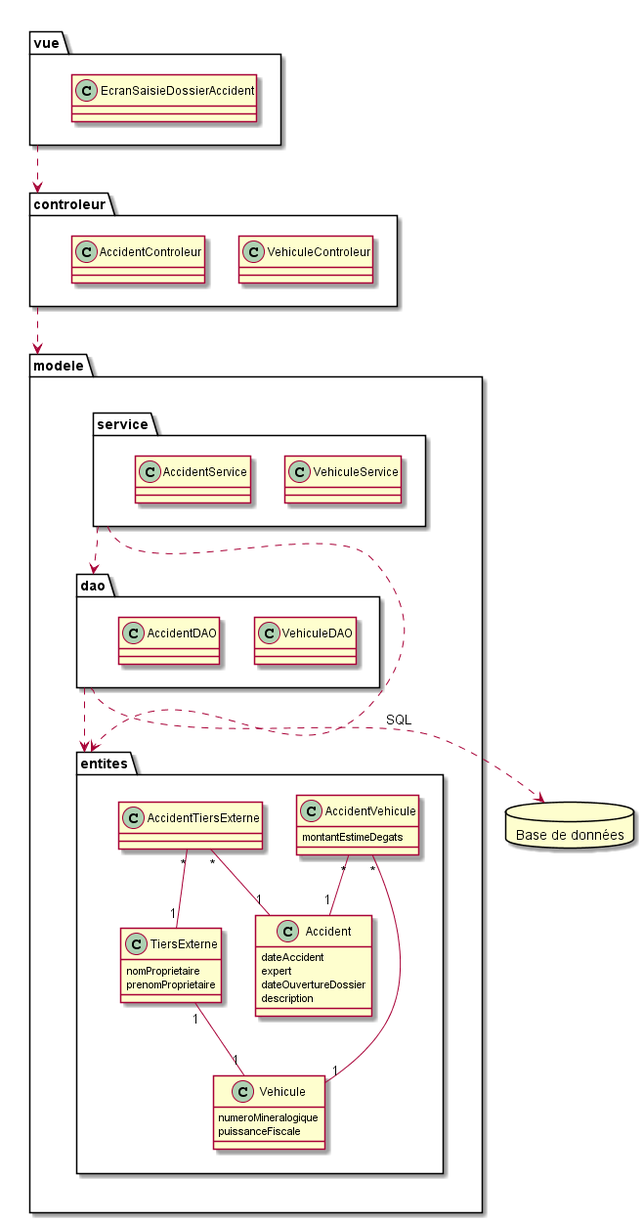
Above: corrections/images/td7ClassesMVC.png in tgoubin/coo-2021-corrections (PlantUML), before the change.
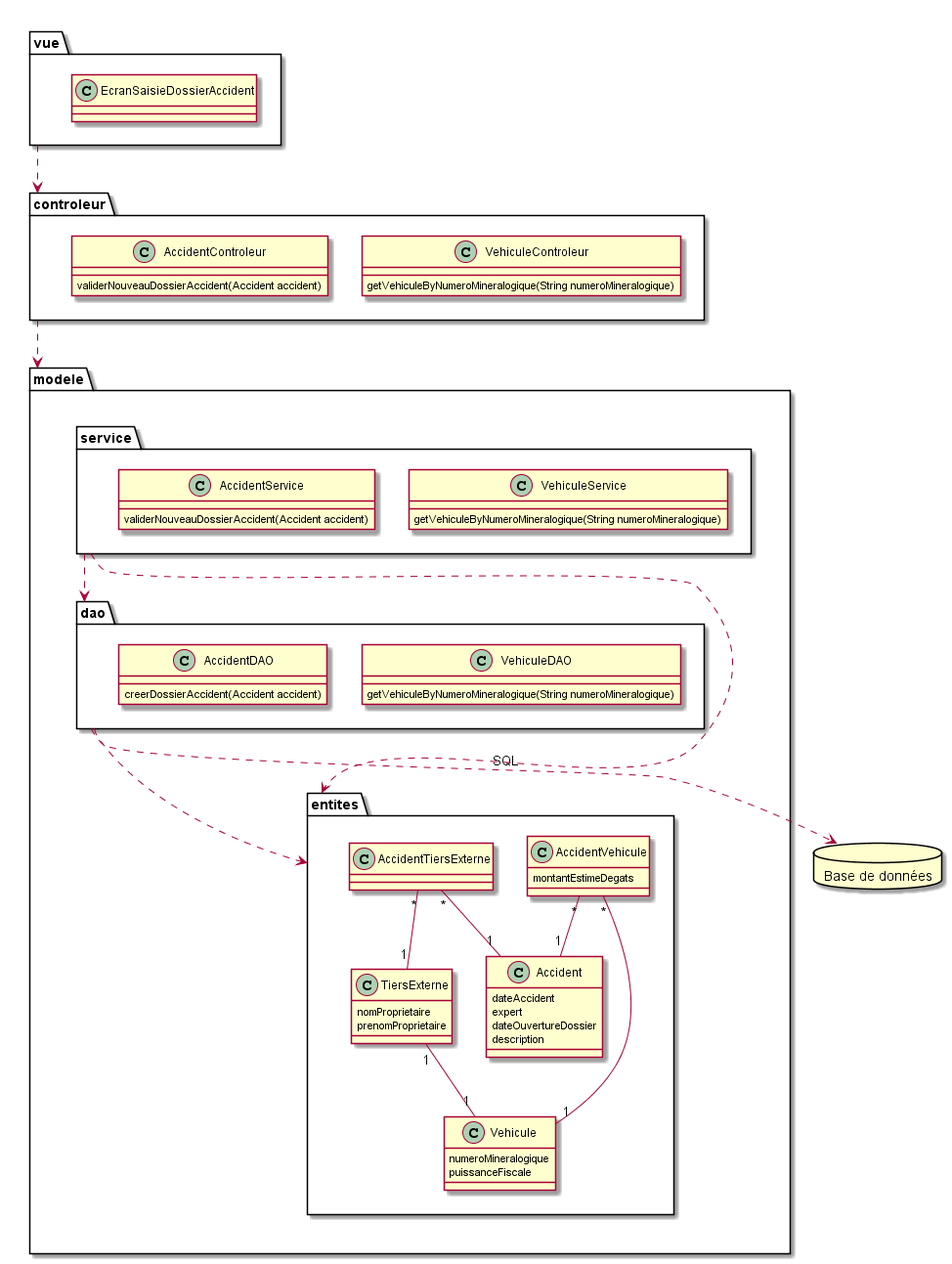
Above is the later version.

Diff of the diagram source:
```diff
@@ -9,9 +9,11 @@
 
 package controleur {
     class VehiculeControleur {
+		getVehiculeByNumeroMineralogique(String numeroMineralogique)
 	}
 
     class AccidentControleur {
+		validerNouveauDossierAccident(Accident accident)
     }
 }
 
@@ -19,17 +21,21 @@
 
     package service {
         class VehiculeService {
+			getVehiculeByNumeroMineralogique(String numeroMineralogique)
 		}
 
 		class AccidentService {
+			validerNouveauDossierAccident(Accident accident)
 		}
     }
 
     package dao {
         class VehiculeDAO {
+			getVehiculeByNumeroMineralogique(String numeroMineralogique)
         }
 
         class AccidentDAO {
+			creerDossierAccident(Accident accident)
         }
     }
 
```
